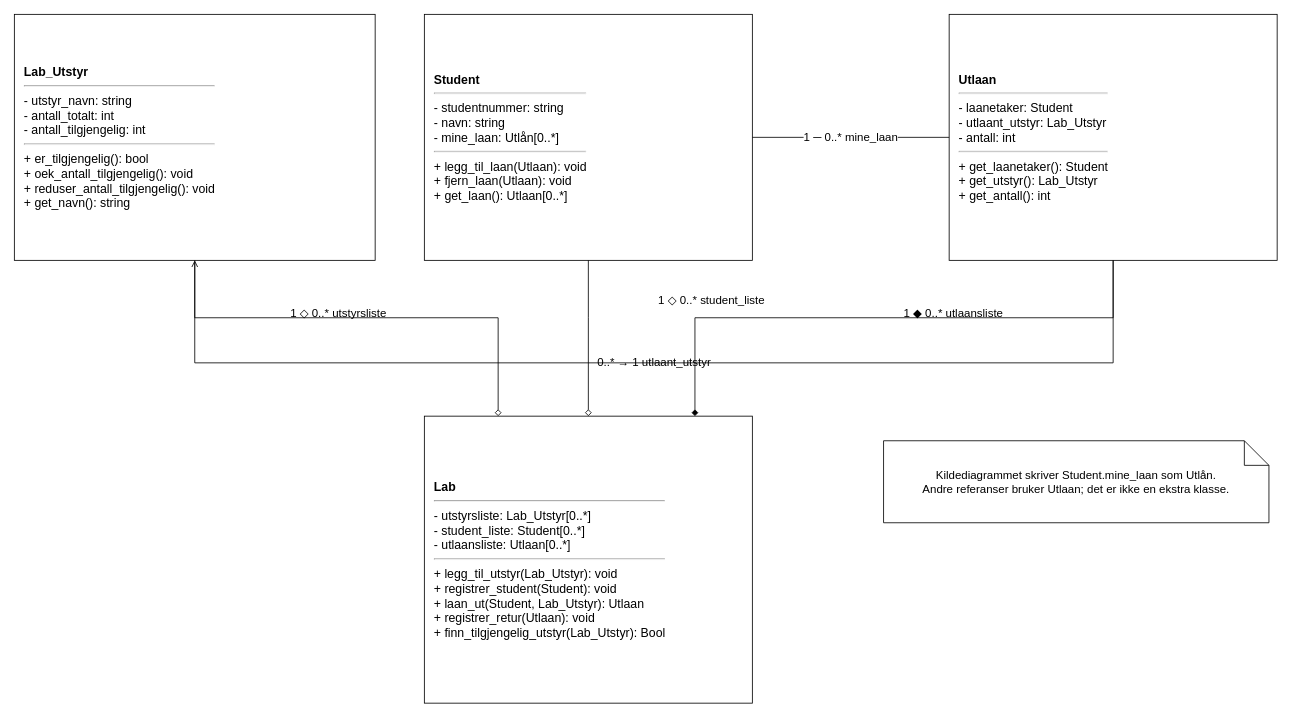
Before: project/diagrams/output/class-design.drawio in Mr-Aven/Oblig1SystemMod, a draw.io diagram. Source tidied: cells renumbered, new cells numbered last; positions are measured from the earlier drawing's top-left corner, leaving out a move shared by most shapes. Both pictures are drawn from the tidied source at 82%, with x=0, y=0 at pixel (14, 14).
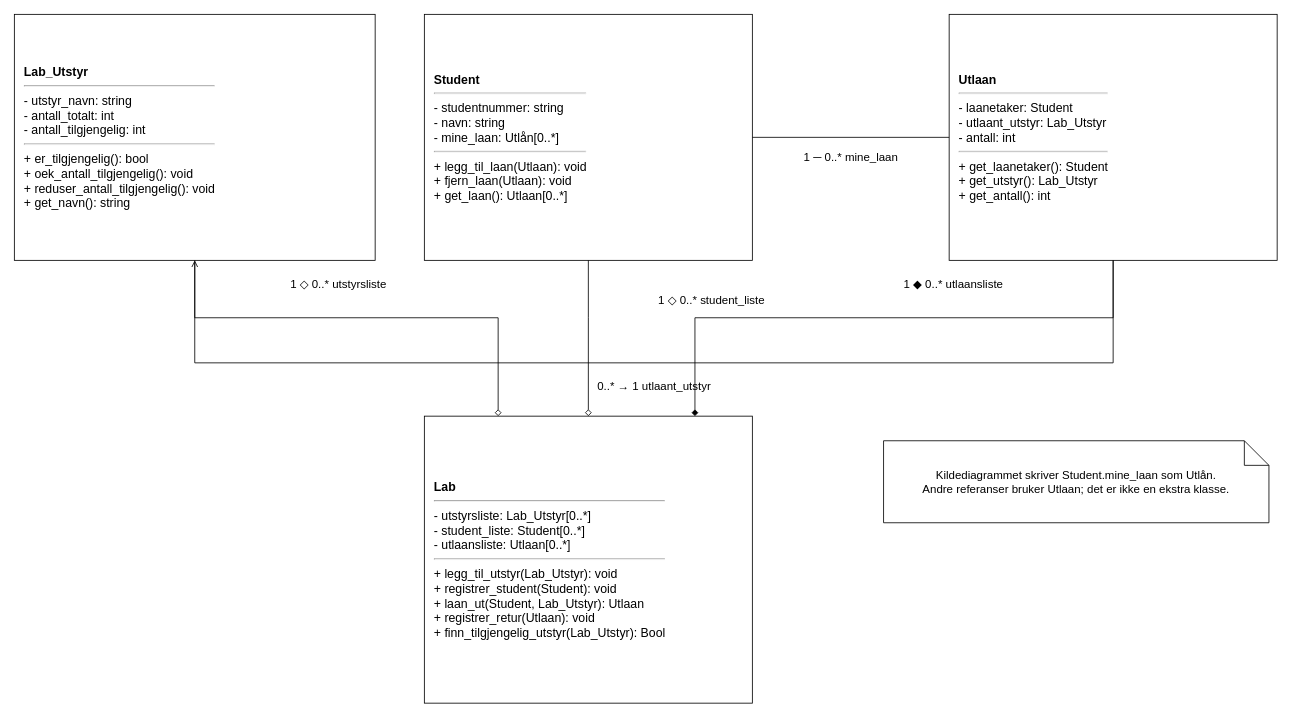
The same diagram, later.

Commit message:
Improve class diagram relation layout

Move relation labels off connector lines for clearer reading.

The change refers to these unchanged cells:
```xml
<mxCell id="3" value="&lt;b&gt;Student&lt;/b&gt;&lt;hr&gt;- studentnummer: string&lt;br&gt;- navn: string&lt;br&gt;- mine_laan: Utlån[0..*]&lt;hr&gt;+ legg_til_laan(Utlaan): void&lt;br&gt;+ fjern_laan(Utlaan): void&lt;br&gt;+ get_laan(): Utlaan[0..*]" style="rounded=0;whiteSpace=wrap;html=1;align=left;spacing=12;overflow=hidden;fontSize=15;" parent="1" vertex="1">
  <mxGeometry x="500" width="400" height="300" as="geometry" />
</mxCell>
<mxCell id="4" value="&lt;b&gt;Utlaan&lt;/b&gt;&lt;hr&gt;- laanetaker: Student&lt;br&gt;- utlaant_utstyr: Lab_Utstyr&lt;br&gt;- antall: int&lt;hr&gt;+ get_laanetaker(): Student&lt;br&gt;+ get_utstyr(): Lab_Utstyr&lt;br&gt;+ get_antall(): int" style="rounded=0;whiteSpace=wrap;html=1;align=left;spacing=12;overflow=hidden;fontSize=15;" parent="1" vertex="1">
  <mxGeometry x="1140" width="400" height="300" as="geometry" />
</mxCell>
```

What changed in the source:
```diff
@@
-    <mxCell id="9" value="1 ─ 0..* mine_laan" style="edgeStyle=orthogonalEdgeStyle;rounded=0;html=1;endArrow=none;fontSize=14;" parent="1" edge="1" source="3" target="4">
+    <mxCell id="9" style="edgeStyle=orthogonalEdgeStyle;rounded=0;html=1;endArrow=none;" parent="1" edge="1" source="3" target="4">
       <mxGeometry relative="1" as="geometry" />
     </mxCell>
@@
     <mxCell id="11" value="1 ◇ 0..* utstyrsliste" style="text;html=1;align=center;verticalAlign=middle;fontSize=14;" parent="1" vertex="1">
-      <mxGeometry x="260" y="350" width="270" height="28" as="geometry" />
+      <mxGeometry x="260" y="315" width="270" height="28" as="geometry" />
     </mxCell>
@@
     <mxCell id="13" value="1 ◆ 0..* utlaansliste" style="text;html=1;align=center;verticalAlign=middle;fontSize=14;" parent="1" vertex="1">
-      <mxGeometry x="1010" y="350" width="270" height="28" as="geometry" />
+      <mxGeometry x="1010" y="315" width="270" height="28" as="geometry" />
     </mxCell>
+    <mxCell id="16" value="1 ─ 0..* mine_laan" style="text;html=1;align=center;verticalAlign=middle;fontSize=14;" parent="1" vertex="1">
+      <mxGeometry x="900" y="160" width="240" height="28" as="geometry" />
+    </mxCell>
     <mxCell id="14" value="0..* → 1 utlaant_utstyr" style="text;html=1;align=center;verticalAlign=middle;fontSize=14;" parent="1" vertex="1">
-      <mxGeometry x="600" y="410" width="360" height="28" as="geometry" />
+      <mxGeometry x="600" y="440" width="360" height="28" as="geometry" />
     </mxCell>
```
